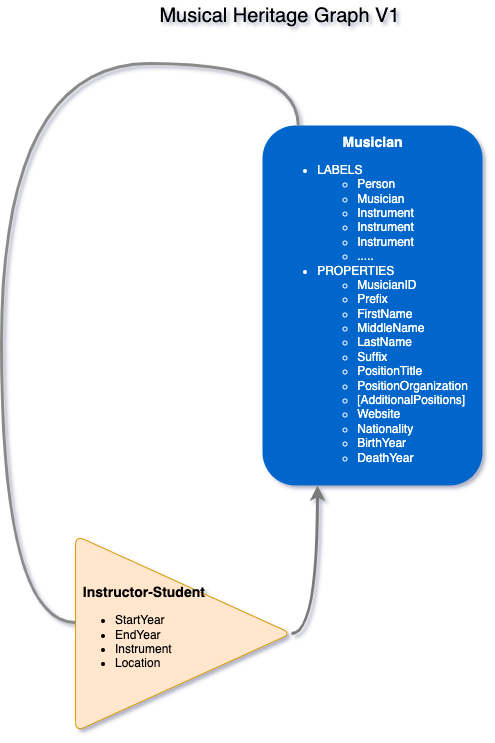
Before: README.assets/Musical Heritage Model-V1.png, a diagram exported from draw.io (greyshore/MusicTree.Me). Source tidied: cells renumbered, new cells last; positions are measured from the earlier drawing's top-left corner, leaving out a move shared by most shapes.
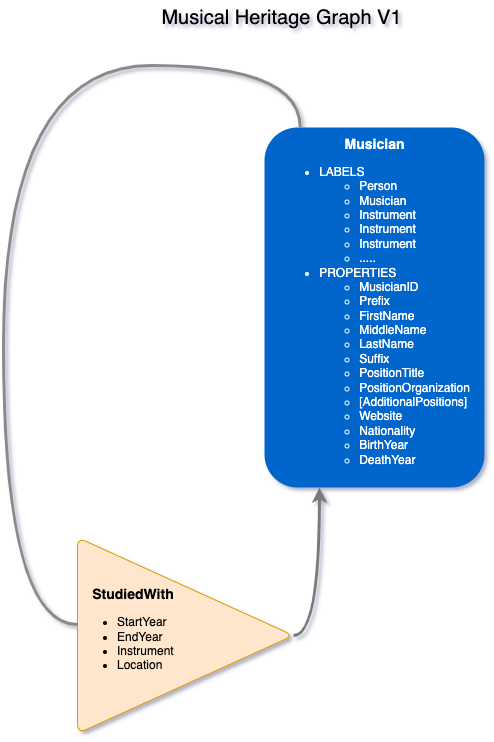
Above is the later version.

Commit message:
updated diagrams and links in README

What changed in the source:
```diff
@@ -8,7 +8,7 @@
     <mxCell id="3" style="edgeStyle=orthogonalEdgeStyle;rounded=0;jettySize=auto;html=1;exitX=1;exitY=0.5;exitDx=0;exitDy=0;entryX=0.25;entryY=1;entryDx=0;entryDy=0;curved=1;strokeColor=#7A7A7A;strokeWidth=3;" parent="1" edge="1" source="4" target="2">
       <mxGeometry relative="1" as="geometry" />
     </mxCell>
-    <mxCell id="4" value="&lt;div style=&quot;text-align: right&quot;&gt;&lt;b style=&quot;font-size: 14px&quot;&gt;&amp;nbsp; Instructor-Student&lt;/b&gt;&lt;/div&gt;&lt;ul&gt;&lt;li&gt;&lt;span&gt;StartYear&lt;/span&gt;&lt;/li&gt;&lt;li&gt;&lt;span&gt;EndYear&lt;/span&gt;&lt;/li&gt;&lt;li&gt;&lt;span&gt;Instrument&lt;/span&gt;&lt;/li&gt;&lt;li&gt;&lt;span&gt;Location&lt;/span&gt;&lt;/li&gt;&lt;/ul&gt;" style="triangle;whiteSpace=wrap;html=1;align=left;fillColor=#ffe6cc;strokeColor=#d79b00;rounded=1;spacing=0;" parent="1" vertex="1">
+    <mxCell id="4" value="&lt;div style=&quot;text-align: right&quot;&gt;&lt;b style=&quot;font-size: 14px&quot;&gt;&amp;nbsp; StudiedWith&lt;/b&gt;&lt;/div&gt;&lt;ul&gt;&lt;li&gt;&lt;span&gt;StartYear&lt;/span&gt;&lt;/li&gt;&lt;li&gt;&lt;span&gt;EndYear&lt;/span&gt;&lt;/li&gt;&lt;li&gt;&lt;span&gt;Instrument&lt;/span&gt;&lt;/li&gt;&lt;li&gt;&lt;span&gt;Location&lt;/span&gt;&lt;/li&gt;&lt;/ul&gt;" style="triangle;whiteSpace=wrap;html=1;align=left;fillColor=#ffe6cc;strokeColor=#d79b00;rounded=1;spacing=0;" parent="1" vertex="1">
       <mxGeometry x="74" y="535" width="216" height="196" as="geometry" />
     </mxCell>
     <mxCell id="5" style="edgeStyle=orthogonalEdgeStyle;rounded=1;jettySize=auto;html=1;endArrow=none;curved=1;strokeWidth=3;strokeColor=#8A8A8A;exitX=0.162;exitY=0;exitDx=0;exitDy=0;exitPerimeter=0;" parent="1" edge="1" source="2" target="4">
```
